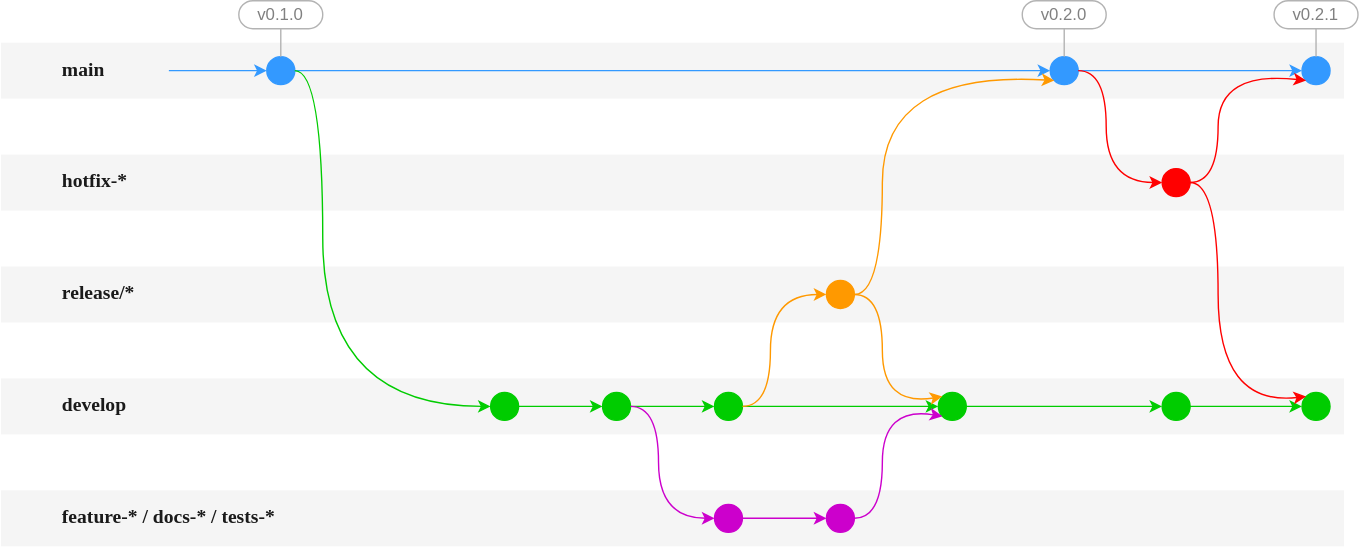
Above: images/git-flow-semver.drawio.svg in ISS-Leimen/lab-dev-conventions (draw.io), before the change. Source tidied: cells renumbered, new cells last; positions are measured from the earlier drawing's top-left corner, leaving out a move shared by most shapes.
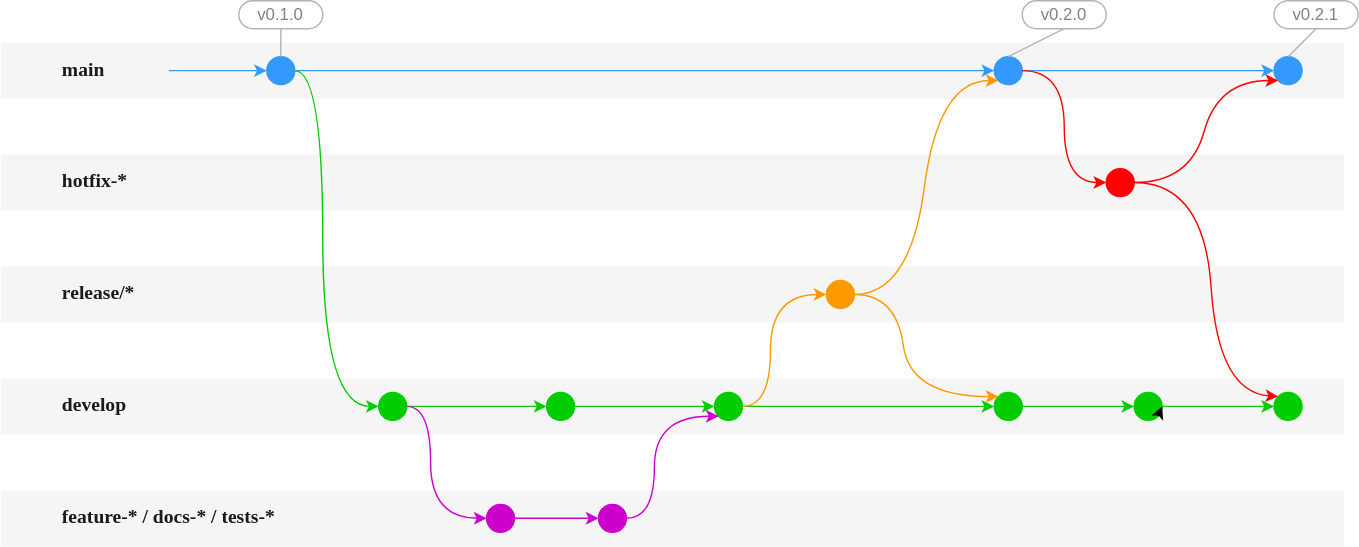
The same file after the commit.

Commit message:
fix: semver diagram feature branch

Diff of the diagram source:
```diff
@@ -21,40 +21,37 @@
       <mxGeometry x="190" y="40" width="20" height="20" as="geometry" />
     </mxCell>
     <mxCell id="8" style="ellipse;whiteSpace=wrap;html=1;fillColor=#3399ff;strokeColor=#3399ff;" parent="1" vertex="1">
-      <mxGeometry x="750" y="40" width="20" height="20" as="geometry" />
+      <mxGeometry x="710" y="40" width="20" height="20" as="geometry" />
     </mxCell>
     <mxCell id="9" style="ellipse;whiteSpace=wrap;html=1;fillColor=#3399ff;strokeColor=#3399ff;" parent="1" vertex="1">
-      <mxGeometry x="930" y="40" width="20" height="20" as="geometry" />
+      <mxGeometry x="910" y="40" width="20" height="20" as="geometry" />
     </mxCell>
-    <mxCell id="10" style="ellipse;whiteSpace=wrap;html=1;fillColor=#00cc00;strokeColor=#00cc00;" parent="1" vertex="1">
-      <mxGeometry x="350" y="280" width="20" height="20" as="geometry" />
-    </mxCell>
     <mxCell id="11" style="ellipse;whiteSpace=wrap;html=1;fillColor=#00cc00;strokeColor=#00cc00;" parent="1" vertex="1">
-      <mxGeometry x="430" y="280" width="20" height="20" as="geometry" />
+      <mxGeometry x="390" y="280" width="20" height="20" as="geometry" />
     </mxCell>
     <mxCell id="12" style="ellipse;whiteSpace=wrap;html=1;fillColor=#00cc00;strokeColor=#00cc00;" parent="1" vertex="1">
       <mxGeometry x="510" y="280" width="20" height="20" as="geometry" />
     </mxCell>
     <mxCell id="13" style="ellipse;whiteSpace=wrap;html=1;fillColor=#00cc00;strokeColor=#00cc00;" parent="1" vertex="1">
-      <mxGeometry x="670" y="280" width="20" height="20" as="geometry" />
+      <mxGeometry x="710" y="280" width="20" height="20" as="geometry" />
     </mxCell>
     <mxCell id="14" style="ellipse;whiteSpace=wrap;html=1;fillColor=#00cc00;strokeColor=#00cc00;" parent="1" vertex="1">
-      <mxGeometry x="830" y="280" width="20" height="20" as="geometry" />
+      <mxGeometry x="810" y="280" width="20" height="20" as="geometry" />
     </mxCell>
     <mxCell id="15" style="ellipse;whiteSpace=wrap;html=1;fillColor=#00cc00;strokeColor=#00cc00;" parent="1" vertex="1">
-      <mxGeometry x="930" y="280" width="20" height="20" as="geometry" />
+      <mxGeometry x="910" y="280" width="20" height="20" as="geometry" />
     </mxCell>
     <mxCell id="16" style="ellipse;whiteSpace=wrap;html=1;fillColor=#cc00cc;strokeColor=#cc00cc;" parent="1" vertex="1">
-      <mxGeometry x="510" y="360" width="20" height="20" as="geometry" />
+      <mxGeometry x="347.1" y="360" width="20" height="20" as="geometry" />
     </mxCell>
     <mxCell id="17" style="ellipse;whiteSpace=wrap;html=1;fillColor=#cc00cc;strokeColor=#cc00cc;" parent="1" vertex="1">
-      <mxGeometry x="590" y="360" width="20" height="20" as="geometry" />
+      <mxGeometry x="427.1" y="360" width="20" height="20" as="geometry" />
     </mxCell>
     <mxCell id="18" style="ellipse;whiteSpace=wrap;html=1;fillColor=#ff9900;strokeColor=#ff9900;" parent="1" vertex="1">
       <mxGeometry x="590" y="200" width="20" height="20" as="geometry" />
     </mxCell>
     <mxCell id="19" style="ellipse;whiteSpace=wrap;html=1;fillColor=#ff0000;strokeColor=#ff0000;" parent="1" vertex="1">
-      <mxGeometry x="830" y="120" width="20" height="20" as="geometry" />
+      <mxGeometry x="790" y="120" width="20" height="20" as="geometry" />
     </mxCell>
     <mxCell id="20" style="edgeStyle=none;html=1;exitX=1;exitY=0.5;exitDx=0;exitDy=0;entryX=0;entryY=0.5;entryDx=0;entryDy=0;strokeColor=#3399ff;" parent="1" edge="1" source="7" target="8">
       <mxGeometry relative="1" as="geometry" />
@@ -62,7 +59,7 @@
     <mxCell id="21" style="edgeStyle=none;html=1;exitX=1;exitY=0.5;exitDx=0;exitDy=0;entryX=0;entryY=0.5;entryDx=0;entryDy=0;strokeColor=#3399ff;" parent="1" edge="1" source="8" target="9">
       <mxGeometry relative="1" as="geometry" />
     </mxCell>
-    <mxCell id="22" style="edgeStyle=none;html=1;exitX=1;exitY=0.5;exitDx=0;exitDy=0;entryX=0;entryY=0.5;entryDx=0;entryDy=0;strokeColor=#00cc00;" parent="1" edge="1" source="10" target="11">
+    <mxCell id="22" style="edgeStyle=none;html=1;exitX=1;exitY=0.5;exitDx=0;exitDy=0;entryX=0;entryY=0.5;entryDx=0;entryDy=0;strokeColor=#00cc00;" parent="1" edge="1" source="49" target="11">
       <mxGeometry relative="1" as="geometry" />
     </mxCell>
     <mxCell id="23" style="edgeStyle=none;html=1;exitX=1;exitY=0.5;exitDx=0;exitDy=0;entryX=0;entryY=0.5;entryDx=0;entryDy=0;strokeColor=#00cc00;" parent="1" edge="1" source="11" target="12">
@@ -80,7 +77,7 @@
     <mxCell id="27" style="edgeStyle=none;html=1;exitX=1;exitY=0.5;exitDx=0;exitDy=0;entryX=0;entryY=0.5;entryDx=0;entryDy=0;strokeColor=#cc00cc;" parent="1" edge="1" source="16" target="17">
       <mxGeometry relative="1" as="geometry" />
     </mxCell>
-    <mxCell id="28" style="curved=1;endArrow=classic;html=1;exitX=1;exitY=0.5;exitDx=0;exitDy=0;entryX=0;entryY=0.5;entryDx=0;entryDy=0;strokeColor=#00cc00;" parent="1" edge="1" source="7" target="10">
+    <mxCell id="28" style="curved=1;endArrow=classic;html=1;exitX=1;exitY=0.5;exitDx=0;exitDy=0;entryX=0;entryY=0.5;entryDx=0;entryDy=0;strokeColor=#00cc00;" parent="1" edge="1" source="7" target="49">
       <mxGeometry relative="1" as="geometry">
         <Array as="points">
           <mxPoint x="230" y="50" />
@@ -88,19 +85,19 @@
         </Array>
       </mxGeometry>
     </mxCell>
-    <mxCell id="29" style="curved=1;endArrow=classic;html=1;exitX=1;exitY=0.5;exitDx=0;exitDy=0;entryX=0;entryY=0.5;entryDx=0;entryDy=0;strokeColor=#cc00cc;" parent="1" edge="1" source="11" target="16">
+    <mxCell id="29" style="curved=1;endArrow=classic;html=1;exitX=1;exitY=0.5;exitDx=0;exitDy=0;entryX=0;entryY=0.5;entryDx=0;entryDy=0;strokeColor=#cc00cc;" parent="1" edge="1" source="49" target="16">
       <mxGeometry relative="1" as="geometry">
         <Array as="points">
-          <mxPoint x="470" y="290" />
-          <mxPoint x="470" y="370" />
+          <mxPoint x="307.1" y="290" />
+          <mxPoint x="307.1" y="370" />
         </Array>
       </mxGeometry>
     </mxCell>
-    <mxCell id="30" style="curved=1;endArrow=classic;html=1;exitX=1;exitY=0.5;exitDx=0;exitDy=0;entryX=0;entryY=1;entryDx=0;entryDy=0;strokeColor=#cc00cc;" parent="1" edge="1" source="17" target="13">
+    <mxCell id="30" style="curved=1;endArrow=classic;html=1;exitX=1;exitY=0.5;exitDx=0;exitDy=0;strokeColor=#cc00cc;entryX=0;entryY=1;entryDx=0;entryDy=0;" parent="1" edge="1" source="17" target="12">
       <mxGeometry relative="1" as="geometry">
         <Array as="points">
-          <mxPoint x="630" y="370" />
-          <mxPoint x="630" y="290" />
+          <mxPoint x="467.1" y="370" />
+          <mxPoint x="467" y="297" />
         </Array>
       </mxGeometry>
     </mxCell>
@@ -115,40 +112,40 @@
     <mxCell id="32" style="curved=1;endArrow=classic;html=1;exitX=1;exitY=0.5;exitDx=0;exitDy=0;entryX=0;entryY=1;entryDx=0;entryDy=0;strokeColor=#ff9900;" parent="1" edge="1" source="18" target="8">
       <mxGeometry relative="1" as="geometry">
         <Array as="points">
-          <mxPoint x="630" y="210" />
-          <mxPoint x="630" y="50" />
+          <mxPoint x="650" y="210" />
+          <mxPoint x="670" y="57" />
         </Array>
       </mxGeometry>
     </mxCell>
     <mxCell id="33" style="curved=1;endArrow=classic;html=1;exitX=1;exitY=0.5;exitDx=0;exitDy=0;entryX=0;entryY=0;entryDx=0;entryDy=0;strokeColor=#ff9900;" parent="1" edge="1" source="18" target="13">
       <mxGeometry relative="1" as="geometry">
         <Array as="points">
-          <mxPoint x="630" y="210" />
-          <mxPoint x="630" y="290" />
+          <mxPoint x="640" y="210" />
+          <mxPoint x="650" y="283" />
         </Array>
       </mxGeometry>
     </mxCell>
     <mxCell id="34" style="curved=1;endArrow=classic;html=1;exitX=1;exitY=0.5;exitDx=0;exitDy=0;entryX=0;entryY=0.5;entryDx=0;entryDy=0;strokeColor=#ff0000;" parent="1" edge="1" source="8" target="19">
       <mxGeometry relative="1" as="geometry">
         <Array as="points">
-          <mxPoint x="790" y="50" />
-          <mxPoint x="790" y="130" />
+          <mxPoint x="760" y="50" />
+          <mxPoint x="760" y="130" />
         </Array>
       </mxGeometry>
     </mxCell>
     <mxCell id="35" style="curved=1;endArrow=classic;html=1;exitX=1;exitY=0.5;exitDx=0;exitDy=0;entryX=0;entryY=1;entryDx=0;entryDy=0;strokeColor=#ff0000;" parent="1" edge="1" source="19" target="9">
       <mxGeometry relative="1" as="geometry">
         <Array as="points">
-          <mxPoint x="870" y="130" />
-          <mxPoint x="870" y="50" />
+          <mxPoint x="850" y="130" />
+          <mxPoint x="870" y="57" />
         </Array>
       </mxGeometry>
     </mxCell>
     <mxCell id="36" style="curved=1;endArrow=classic;html=1;exitX=1;exitY=0.5;exitDx=0;exitDy=0;entryX=0;entryY=0;entryDx=0;entryDy=0;strokeColor=#ff0000;" parent="1" edge="1" source="19" target="15">
       <mxGeometry relative="1" as="geometry">
         <Array as="points">
-          <mxPoint x="870" y="130" />
-          <mxPoint x="870" y="290" />
+          <mxPoint x="860" y="130" />
+          <mxPoint x="870" y="280" />
         </Array>
       </mxGeometry>
     </mxCell>
@@ -198,5 +195,11 @@
         </Array>
       </mxGeometry>
     </mxCell>
+    <mxCell id="49" style="ellipse;whiteSpace=wrap;html=1;fillColor=#00cc00;strokeColor=#00cc00;" parent="1" vertex="1">
+      <mxGeometry x="270" y="280" width="20" height="20" as="geometry" />
+    </mxCell>
+    <mxCell id="50" style="edgeStyle=none;html=1;exitX=1;exitY=1;exitDx=0;exitDy=0;entryX=1;entryY=0.5;entryDx=0;entryDy=0;" parent="1" edge="1" source="14" target="14">
+      <mxGeometry relative="1" as="geometry" />
+    </mxCell>
   </root>
 </mxGraphModel>
```
